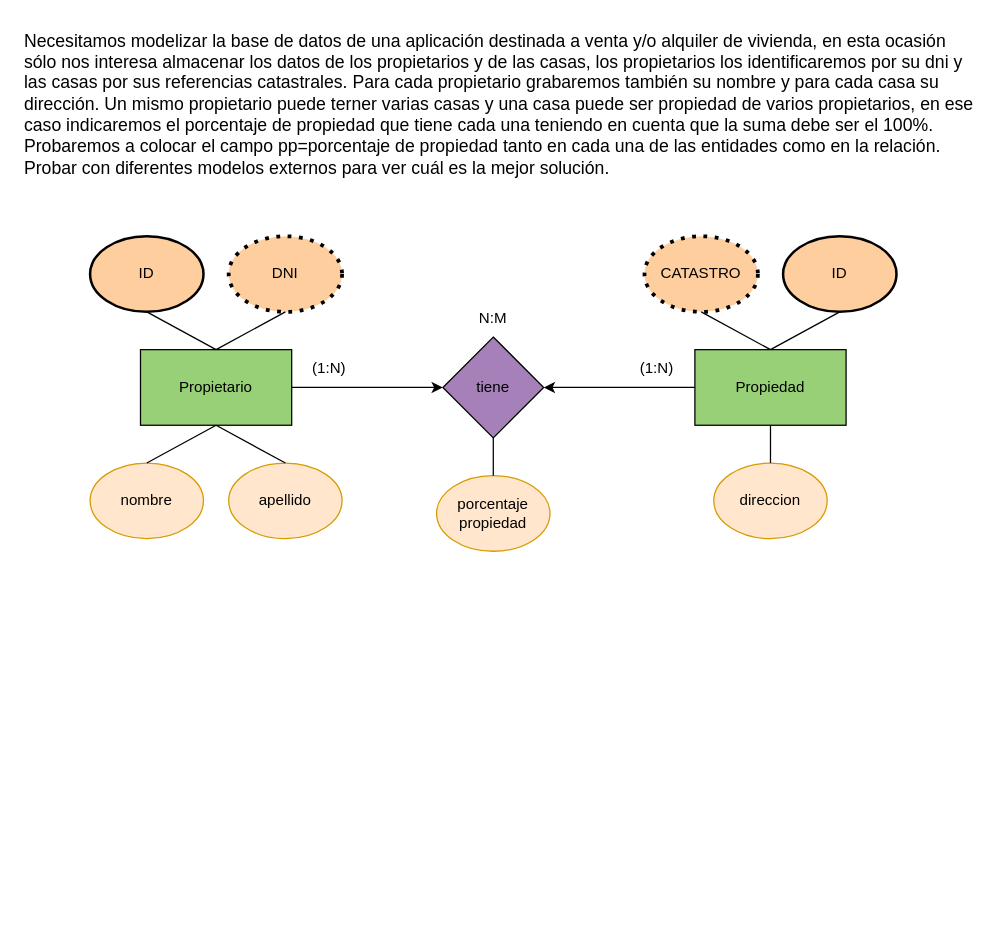
Above: drawio/Ejer6.drawio in DiEgOfercri/Modelos-BBDD (draw.io), before the change. Source tidied: cells renumbered, new cells numbered last; positions are measured from the earlier drawing's top-left corner, leaving out a move shared by most shapes. Both pictures are drawn from the tidied source at 126%, with x=0, y=0 at pixel (21, 21).
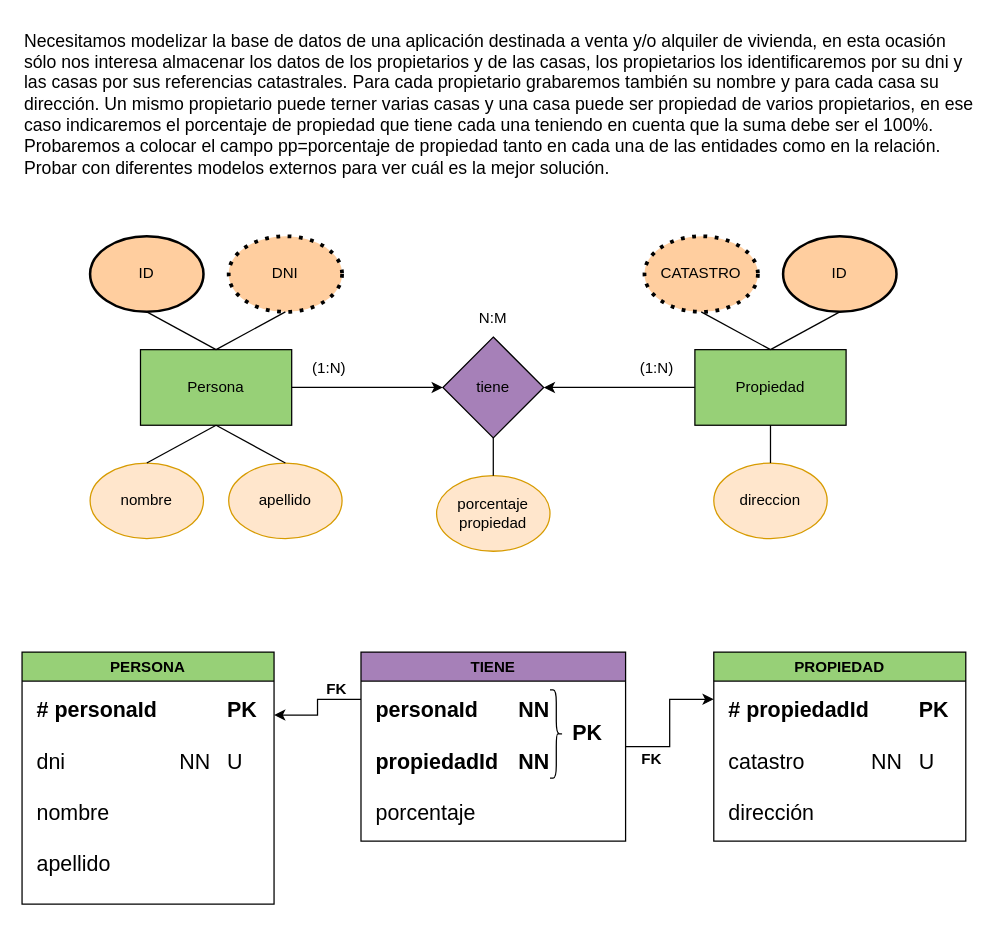
After the change.

Diff of the diagram source:
```diff
@@
-    <mxCell id="4" value="Propietario" style="rounded=0;whiteSpace=wrap;html=1;fillColor=#97D077;" parent="1" vertex="1">
+    <mxCell id="4" value="Persona" style="rounded=0;whiteSpace=wrap;html=1;fillColor=#97D077;" parent="1" vertex="1">
       <mxGeometry x="94" y="260" width="120" height="60" as="geometry" />
     </mxCell>
@@
+    <mxCell id="27" value="PERSONA" style="swimlane;whiteSpace=wrap;html=1;startSize=23;fillColor=#97D077;" parent="1" vertex="1">
+      <mxGeometry y="500" width="200" height="200" as="geometry" />
+    </mxCell>
+    <mxCell id="28" value="&lt;b style=&quot;font-size: 17px;&quot;&gt;# personaId&lt;span style=&quot;white-space: pre;&quot;&gt;&#9;&lt;/span&gt;&lt;span style=&quot;white-space: pre;&quot;&gt;&#9;&lt;/span&gt;PK&lt;/b&gt;&lt;br style=&quot;font-size: 17px;&quot;&gt;&lt;br style=&quot;font-size: 17px;&quot;&gt;dni&lt;span style=&quot;white-space: pre;&quot;&gt;&#9;&lt;/span&gt;&lt;span style=&quot;white-space: pre;&quot;&gt;&#9;&lt;span style=&quot;white-space: pre;&quot;&gt;&#9;&lt;/span&gt;NN&lt;span style=&quot;white-space: pre;&quot;&gt;&#9;&lt;/span&gt;U&lt;/span&gt;&lt;br style=&quot;font-size: 17px;&quot;&gt;&lt;br style=&quot;font-size: 17px;&quot;&gt;nombre&lt;br style=&quot;font-size: 17px;&quot;&gt;&lt;br style=&quot;font-size: 17px;&quot;&gt;apellido" style="text;html=1;strokeColor=none;fillColor=none;align=left;verticalAlign=top;whiteSpace=wrap;rounded=0;fontSize=17;" parent="27" vertex="1">
+      <mxGeometry x="10" y="30" width="180" height="160" as="geometry" />
+    </mxCell>
+    <mxCell id="29" style="edgeStyle=orthogonalEdgeStyle;rounded=0;jettySize=auto;html=1;exitX=0;exitY=0.25;exitDx=0;exitDy=0;entryX=1;entryY=0.25;entryDx=0;entryDy=0;" parent="1" edge="1" source="31" target="27">
+      <mxGeometry relative="1" as="geometry" />
+    </mxCell>
+    <mxCell id="30" style="edgeStyle=orthogonalEdgeStyle;rounded=0;jettySize=auto;html=1;exitX=1;exitY=0.5;exitDx=0;exitDy=0;entryX=0;entryY=0.25;entryDx=0;entryDy=0;" parent="1" edge="1" source="31" target="35">
+      <mxGeometry relative="1" as="geometry" />
+    </mxCell>
+    <mxCell id="31" value="TIENE" style="swimlane;whiteSpace=wrap;html=1;fillColor=#A680B8;" parent="1" vertex="1">
+      <mxGeometry x="269" y="500" width="210" height="150" as="geometry" />
+    </mxCell>
+    <mxCell id="32" value="&lt;div style=&quot;text-align: right;&quot;&gt;&lt;b style=&quot;background-color: initial;&quot;&gt;personaId&lt;span style=&quot;white-space: pre;&quot;&gt;&#9;&lt;/span&gt;NN&lt;/b&gt;&lt;/div&gt;&lt;br style=&quot;font-size: 17px;&quot;&gt;&lt;b&gt;propiedadId&lt;span style=&quot;white-space: pre;&quot;&gt;&#9;&lt;/span&gt;NN&lt;br&gt;&lt;/b&gt;&lt;br style=&quot;font-size: 17px;&quot;&gt;porcentaje" style="text;html=1;strokeColor=none;fillColor=none;align=left;verticalAlign=top;whiteSpace=wrap;rounded=0;fontSize=17;" parent="31" vertex="1">
+      <mxGeometry x="10" y="30" width="180" height="110" as="geometry" />
+    </mxCell>
+    <mxCell id="33" style="shape=curlyBracket;whiteSpace=wrap;html=1;rounded=1;flipH=1;labelPosition=right;verticalLabelPosition=middle;align=left;verticalAlign=middle;size=0.5;" parent="31" vertex="1">
+      <mxGeometry x="150" y="30" width="10" height="70" as="geometry" />
+    </mxCell>
+    <mxCell id="34" value="&lt;b style=&quot;font-size: 17px;&quot;&gt;PK&lt;/b&gt;" style="text;html=1;strokeColor=none;fillColor=none;align=center;verticalAlign=middle;whiteSpace=wrap;rounded=0;fontSize=17;" parent="31" vertex="1">
+      <mxGeometry x="150" y="50" width="60" height="30" as="geometry" />
+    </mxCell>
+    <mxCell id="35" value="PROPIEDAD" style="swimlane;whiteSpace=wrap;html=1;fillColor=#97D077;" parent="1" vertex="1">
+      <mxGeometry x="549" y="500" width="200" height="150" as="geometry" />
+    </mxCell>
+    <mxCell id="36" value="&lt;b style=&quot;font-size: 17px;&quot;&gt;# propiedadId&lt;span style=&quot;white-space: pre;&quot;&gt;&#9;&lt;/span&gt;PK&lt;/b&gt;&lt;br style=&quot;font-size: 17px;&quot;&gt;&lt;br style=&quot;font-size: 17px;&quot;&gt;catastro&lt;span style=&quot;white-space: pre;&quot;&gt;&#9;&lt;/span&gt;&lt;span style=&quot;white-space: pre;&quot;&gt;&#9;&lt;/span&gt;NN&lt;span style=&quot;white-space: pre;&quot;&gt;&#9;&lt;/span&gt;U&lt;br style=&quot;font-size: 17px;&quot;&gt;&lt;br style=&quot;font-size: 17px;&quot;&gt;dirección" style="text;html=1;strokeColor=none;fillColor=none;align=left;verticalAlign=top;whiteSpace=wrap;rounded=0;fontSize=17;" parent="35" vertex="1">
+      <mxGeometry x="10" y="30" width="180" height="110" as="geometry" />
+    </mxCell>
+    <mxCell id="37" value="FK" style="text;html=1;strokeColor=none;fillColor=none;align=center;verticalAlign=middle;whiteSpace=wrap;rounded=0;fontStyle=1;" parent="1" vertex="1">
+      <mxGeometry x="240" y="515" width="20" height="30" as="geometry" />
+    </mxCell>
+    <mxCell id="38" value="FK" style="text;html=1;strokeColor=none;fillColor=none;align=center;verticalAlign=middle;whiteSpace=wrap;rounded=0;fontStyle=1;" parent="1" vertex="1">
+      <mxGeometry x="490" y="570" width="20" height="30" as="geometry" />
+    </mxCell>
```
